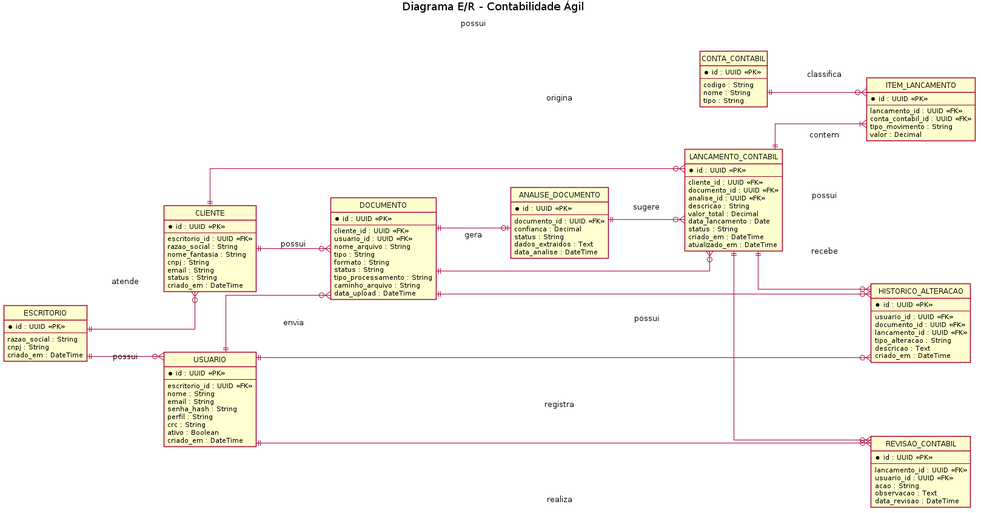
Engenharia-de-Software-Fatec/eng-softII-2026 keeps this PlantUML diagram as docs/diagramas/diagrama-er.png. Above is the earlier version. Its source is kept beside it as docs/diagramas/diagrama-er.puml.
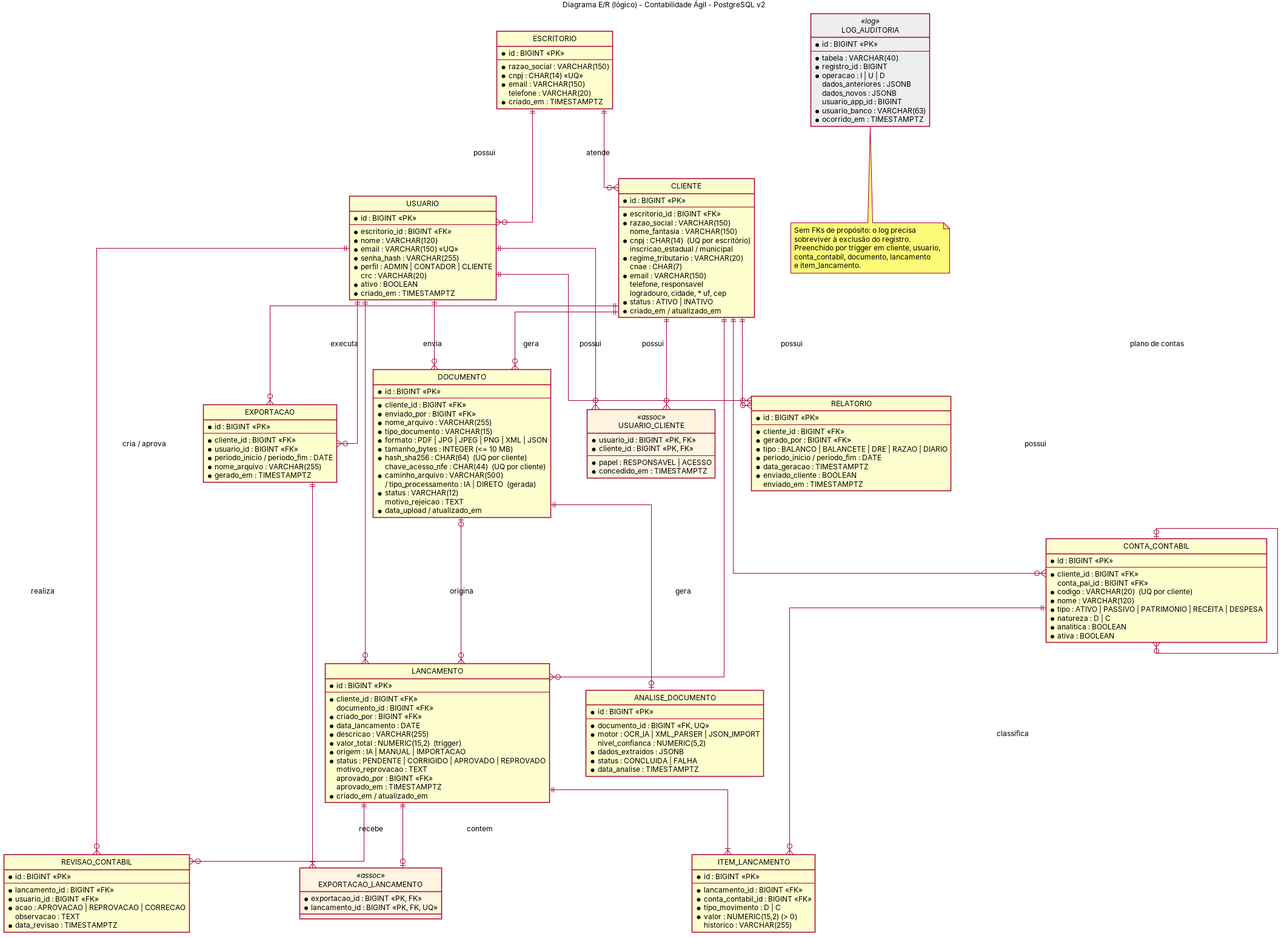
After the commit.

Diff of the diagram source:
```diff
@@ -1,142 +1,221 @@
 @startuml
-title Diagrama E/R - Contabilidade Ágil
+title Diagrama E/R (lógico) - Contabilidade Ágil - PostgreSQL v2
 
 hide circle
 skinparam linetype ortho
-skinparam nodesep 70
-skinparam ranksep 80
+skinparam nodesep 60
+skinparam ranksep 70
 skinparam shadowing false
-left to right direction
+skinparam defaultFontSize 12
+skinparam class {
+  BackgroundColor<<assoc>> #FFF4E0
+  BackgroundColor<<log>>   #EEEEEE
+}
 
 entity "ESCRITORIO" as escritorio {
-  * id : UUID <<PK>>
+  * id : BIGINT <<PK>>
   --
-  razao_social : String
-  cnpj : String
-  criado_em : DateTime
+  * razao_social : VARCHAR(150)
+  * cnpj : CHAR(14) <<UQ>>
+  * email : VARCHAR(150)
+  telefone : VARCHAR(20)
+  * criado_em : TIMESTAMPTZ
 }
 
 entity "USUARIO" as usuario {
-  * id : UUID <<PK>>
+  * id : BIGINT <<PK>>
   --
-  escritorio_id : UUID <<FK>>
-  nome : String
-  email : String
-  senha_hash : String
-  perfil : String
-  crc : String
-  ativo : Boolean
-  criado_em : DateTime
+  * escritorio_id : BIGINT <<FK>>
+  * nome : VARCHAR(120)
+  * email : VARCHAR(150) <<UQ>>
+  * senha_hash : VARCHAR(255)
+  * perfil : ADMIN | CONTADOR | CLIENTE
+  crc : VARCHAR(20)
+  * ativo : BOOLEAN
+  * criado_em : TIMESTAMPTZ
 }
 
 entity "CLIENTE" as cliente {
-  * id : UUID <<PK>>
+  * id : BIGINT <<PK>>
   --
-  escritorio_id : UUID <<FK>>
-  razao_social : String
-  nome_fantasia : String
-  cnpj : String
-  email : String
-  status : String
-  criado_em : DateTime
+  * escritorio_id : BIGINT <<FK>>
+  * razao_social : VARCHAR(150)
+  nome_fantasia : VARCHAR(150)
+  * cnpj : CHAR(14)  (UQ por escritório)
+  inscricao_estadual / municipal
+  * regime_tributario : VARCHAR(20)
+  cnae : CHAR(7)
+  * email : VARCHAR(150)
+  telefone, responsavel
+  logradouro, cidade, * uf, cep
+  * status : ATIVO | INATIVO
+  * criado_em / atualizado_em
+}
+
+entity "USUARIO_CLIENTE" as uc <<assoc>> {
+  * usuario_id : BIGINT <<PK, FK>>
+  * cliente_id : BIGINT <<PK, FK>>
+  --
+  * papel : RESPONSAVEL | ACESSO
+  * concedido_em : TIMESTAMPTZ
+}
+
+entity "CONTA_CONTABIL" as conta {
+  * id : BIGINT <<PK>>
+  --
+  * cliente_id : BIGINT <<FK>>
+  conta_pai_id : BIGINT <<FK>>
+  * codigo : VARCHAR(20)  (UQ por cliente)
+  * nome : VARCHAR(120)
+  * tipo : ATIVO | PASSIVO | PATRIMONIO | RECEITA | DESPESA
+  * natureza : D | C
+  * analitica : BOOLEAN
+  * ativa : BOOLEAN
 }
 
 entity "DOCUMENTO" as documento {
-  * id : UUID <<PK>>
+  * id : BIGINT <<PK>>
   --
-  cliente_id : UUID <<FK>>
-  usuario_id : UUID <<FK>>
-  nome_arquivo : String
-  tipo : String
-  formato : String
-  status : String
-  tipo_processamento : String
-  caminho_arquivo : String
-  data_upload : DateTime
+  * cliente_id : BIGINT <<FK>>
+  * enviado_por : BIGINT <<FK>>
+  * nome_arquivo : VARCHAR(255)
+  * tipo_documento : VARCHAR(15)
+  * formato : PDF | JPG | JPEG | PNG | XML | JSON
+  * tamanho_bytes : INTEGER (<= 10 MB)
+  * hash_sha256 : CHAR(64)  (UQ por cliente)
+  chave_acesso_nfe : CHAR(44)  (UQ por cliente)
+  * caminho_arquivo : VARCHAR(500)
+  / tipo_processamento : IA | DIRETO  (gerada)
+  * status : VARCHAR(12)
+  motivo_rejeicao : TEXT
+  * data_upload / atualizado_em
 }
 
 entity "ANALISE_DOCUMENTO" as analise {
-  * id : UUID <<PK>>
+  * id : BIGINT <<PK>>
   --
-  documento_id : UUID <<FK>>
-  confianca : Decimal
-  status : String
-  dados_extraidos : Text
-  data_analise : DateTime
+  * documento_id : BIGINT <<FK, UQ>>
+  * motor : OCR_IA | XML_PARSER | JSON_IMPORT
+  nivel_confianca : NUMERIC(5,2)
+  * dados_extraidos : JSONB
+  * status : CONCLUIDA | FALHA
+  * data_analise : TIMESTAMPTZ
 }
 
-entity "LANCAMENTO_CONTABIL" as lancamento {
-  * id : UUID <<PK>>
+entity "LANCAMENTO" as lancamento {
+  * id : BIGINT <<PK>>
   --
-  cliente_id : UUID <<FK>>
-  documento_id : UUID <<FK>>
-  analise_id : UUID <<FK>>
-  descricao : String
-  valor_total : Decimal
-  data_lancamento : Date
-  status : String
-  criado_em : DateTime
-  atualizado_em : DateTime
+  * cliente_id : BIGINT <<FK>>
+  documento_id : BIGINT <<FK>>
+  * criado_por : BIGINT <<FK>>
+  * data_lancamento : DATE
+  * descricao : VARCHAR(255)
+  * valor_total : NUMERIC(15,2)  (trigger)
+  * origem : IA | MANUAL | IMPORTACAO
+  * status : PENDENTE | CORRIGIDO | APROVADO | REPROVADO
+  motivo_reprovacao : TEXT
+  aprovado_por : BIGINT <<FK>>
+  aprovado_em : TIMESTAMPTZ
+  * criado_em / atualizado_em
 }
 
 entity "ITEM_LANCAMENTO" as item {
-  * id : UUID <<PK>>
+  * id : BIGINT <<PK>>
   --
-  lancamento_id : UUID <<FK>>
-  conta_contabil_id : UUID <<FK>>
-  tipo_movimento : String
-  valor : Decimal
-}
-
-entity "CONTA_CONTABIL" as conta {
-  * id : UUID <<PK>>
-  --
-  codigo : String
-  nome : String
-  tipo : String
+  * lancamento_id : BIGINT <<FK>>
+  * conta_contabil_id : BIGINT <<FK>>
+  * tipo_movimento : D | C
+  * valor : NUMERIC(15,2) (> 0)
+  historico : VARCHAR(255)
 }
 
 entity "REVISAO_CONTABIL" as revisao {
-  * id : UUID <<PK>>
+  * id : BIGINT <<PK>>
   --
-  lancamento_id : UUID <<FK>>
-  usuario_id : UUID <<FK>>
-  acao : String
-  observacao : Text
-  data_revisao : DateTime
+  * lancamento_id : BIGINT <<FK>>
+  * usuario_id : BIGINT <<FK>>
+  * acao : APROVACAO | REPROVACAO | CORRECAO
+  observacao : TEXT
+  * data_revisao : TIMESTAMPTZ
 }
 
-entity "HISTORICO_ALTERACAO" as historico {
-  * id : UUID <<PK>>
+entity "RELATORIO" as relatorio {
+  * id : BIGINT <<PK>>
   --
-  usuario_id : UUID <<FK>>
-  documento_id : UUID <<FK>>
-  lancamento_id : UUID <<FK>>
-  tipo_alteracao : String
-  descricao : Text
-  criado_em : DateTime
+  * cliente_id : BIGINT <<FK>>
+  * gerado_por : BIGINT <<FK>>
+  * tipo : BALANCO | BALANCETE | DRE | RAZAO | DIARIO
+  * periodo_inicio / periodo_fim : DATE
+  * data_geracao : TIMESTAMPTZ
+  * enviado_cliente : BOOLEAN
+  enviado_em : TIMESTAMPTZ
+}
+
+entity "EXPORTACAO" as exportacao {
+  * id : BIGINT <<PK>>
+  --
+  * cliente_id : BIGINT <<FK>>
+  * usuario_id : BIGINT <<FK>>
+  * periodo_inicio / periodo_fim : DATE
+  * nome_arquivo : VARCHAR(255)
+  * gerado_em : TIMESTAMPTZ
+}
+
+entity "EXPORTACAO_LANCAMENTO" as el <<assoc>> {
+  * exportacao_id : BIGINT <<PK, FK>>
+  * lancamento_id : BIGINT <<PK, FK, UQ>>
+}
+
+entity "LOG_AUDITORIA" as log <<log>> {
+  * id : BIGINT <<PK>>
+  --
+  * tabela : VARCHAR(40)
+  * registro_id : BIGINT
+  * operacao : I | U | D
+  dados_anteriores : JSONB
+  dados_novos : JSONB
+  usuario_app_id : BIGINT
+  * usuario_banco : VARCHAR(63)
+  * ocorrido_em : TIMESTAMPTZ
 }
 
 escritorio ||--o{ usuario : possui
 escritorio ||--o{ cliente : atende
 
+usuario ||--o{ uc
+cliente ||--o{ uc
+
+cliente ||--o{ conta : "plano de contas"
+conta |o--o{ conta : "conta pai"
+
+cliente ||--o{ documento : possui
 usuario ||--o{ documento : envia
-cliente ||--o{ documento : possui
+documento ||--o| analise : gera
 
-documento ||--o| analise : gera
-analise ||--o{ lancamento : sugere
-
-documento ||--o{ lancamento : origina
 cliente ||--o{ lancamento : possui
+documento |o--o{ lancamento : origina
+usuario ||--o{ lancamento : "cria / aprova"
 
 lancamento ||--|{ item : contem
 conta ||--o{ item : classifica
 
+lancamento ||--o{ revisao : recebe
 usuario ||--o{ revisao : realiza
-lancamento ||--o{ revisao : recebe
 
-usuario ||--o{ historico : registra
-documento ||--o{ historico : possui
-lancamento ||--o{ historico : possui
+cliente ||--o{ relatorio : possui
+usuario ||--o{ relatorio : gera
+
+cliente ||--o{ exportacao : possui
+usuario ||--o{ exportacao : executa
+exportacao ||--|{ el
+lancamento ||--o| el
+
+note bottom of log
+  Sem FKs de propósito: o log precisa
+  sobreviver à exclusão do registro.
+  Preenchido por trigger em cliente, usuario,
+  conta_contabil, documento, lancamento
+  e item_lancamento.
+end note
 
 @enduml
```
